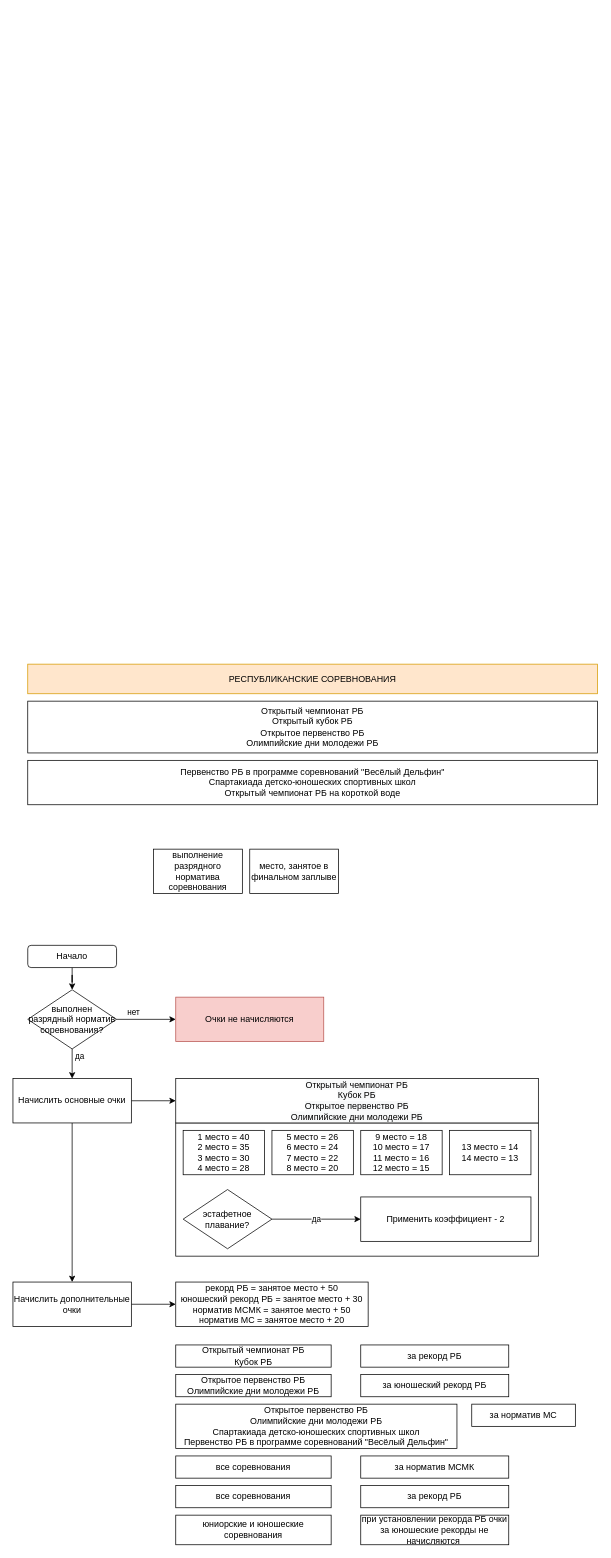
This is page "Республиканские" (1 of 2) of Расчет очков.drawio from Buterbrod/Swimming-open, a draw.io file, before an edit. Source tidied: cells renumbered, new cells numbered last; positions are measured from the earlier drawing's top-left corner, leaving out a move shared by most shapes. Both pictures are drawn from the tidied source at 74%, with x=0, y=0 at pixel (13, 664).
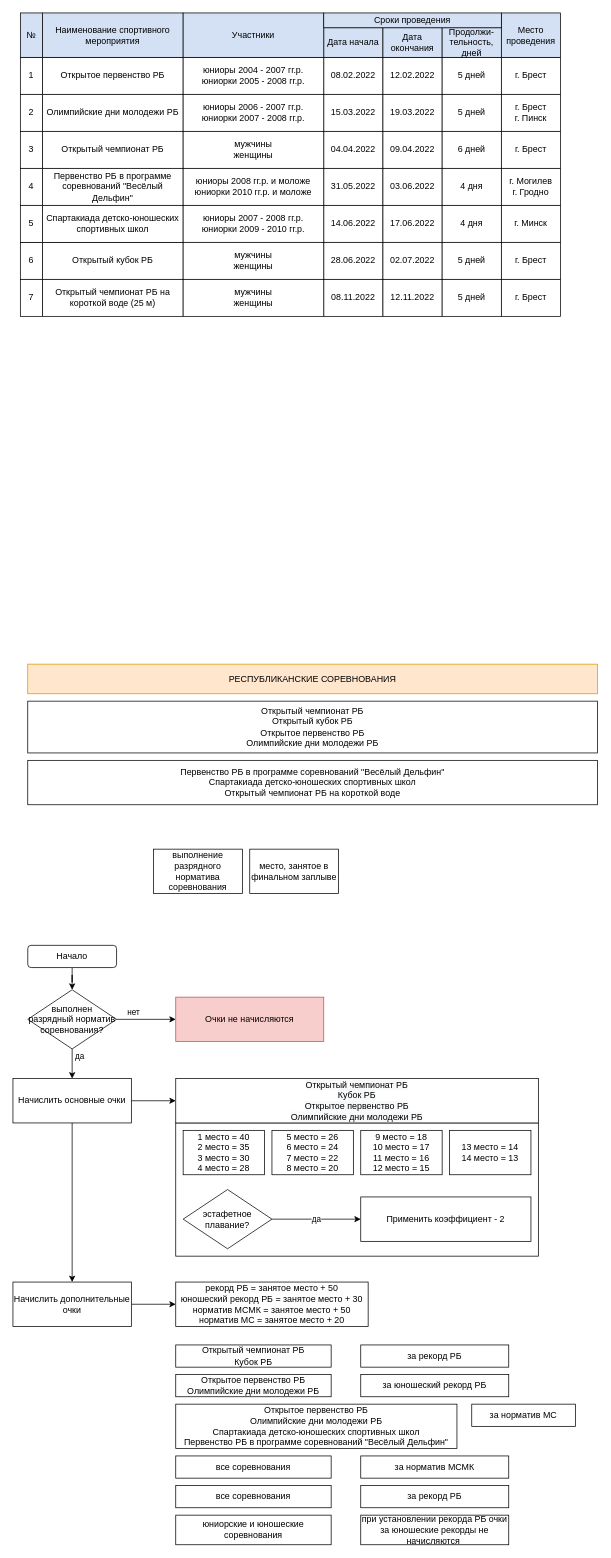
After the change.

The edit, as a diff of the source:
```diff
@@
+    <mxCell id="41" value="Открытое первенство РБ" style="rounded=0;whiteSpace=wrap;html=1;" parent="1" vertex="1">
+      <mxGeometry x="40" y="-820" width="190" height="50" as="geometry" />
+    </mxCell>
+    <mxCell id="42" value="Олимпийские дни молодежи РБ" style="rounded=0;whiteSpace=wrap;html=1;" parent="1" vertex="1">
+      <mxGeometry x="40" y="-770" width="190" height="50" as="geometry" />
+    </mxCell>
+    <mxCell id="43" value="Открытый чемпионат&amp;nbsp;РБ" style="rounded=0;whiteSpace=wrap;html=1;" parent="1" vertex="1">
+      <mxGeometry x="40" y="-720" width="190" height="50" as="geometry" />
+    </mxCell>
+    <mxCell id="44" value="Открытый кубок РБ" style="rounded=0;whiteSpace=wrap;html=1;" parent="1" vertex="1">
+      <mxGeometry x="40" y="-570" width="190" height="50" as="geometry" />
+    </mxCell>
+    <mxCell id="45" value="Первенство РБ в программе соревнований&amp;nbsp;&quot;Весёлый Дельфин&quot;" style="rounded=0;whiteSpace=wrap;html=1;" parent="1" vertex="1">
+      <mxGeometry x="40" y="-670" width="190" height="50" as="geometry" />
+    </mxCell>
+    <mxCell id="46" value="Спартакиада детско-юношеских спортивных школ" style="rounded=0;whiteSpace=wrap;html=1;" parent="1" vertex="1">
+      <mxGeometry x="40" y="-620" width="190" height="50" as="geometry" />
+    </mxCell>
+    <mxCell id="47" value="Открытый чемпионат РБ на короткой воде (25 м)" style="rounded=0;whiteSpace=wrap;html=1;" parent="1" vertex="1">
+      <mxGeometry x="40" y="-520" width="190" height="50" as="geometry" />
+    </mxCell>
+    <mxCell id="48" value="08.02.2022" style="rounded=0;whiteSpace=wrap;html=1;" parent="1" vertex="1">
+      <mxGeometry x="420" y="-820" width="80" height="50" as="geometry" />
+    </mxCell>
+    <mxCell id="49" value="12.02.2022" style="rounded=0;whiteSpace=wrap;html=1;" parent="1" vertex="1">
+      <mxGeometry x="500" y="-820" width="80" height="50" as="geometry" />
+    </mxCell>
+    <mxCell id="50" value="5 дней" style="rounded=0;whiteSpace=wrap;html=1;" parent="1" vertex="1">
+      <mxGeometry x="580" y="-820" width="80" height="50" as="geometry" />
+    </mxCell>
+    <mxCell id="51" value="г. Брест" style="rounded=0;whiteSpace=wrap;html=1;" parent="1" vertex="1">
+      <mxGeometry x="660" y="-820" width="80" height="50" as="geometry" />
+    </mxCell>
+    <mxCell id="52" value="15.03.2022" style="rounded=0;whiteSpace=wrap;html=1;" parent="1" vertex="1">
+      <mxGeometry x="420" y="-770" width="80" height="50" as="geometry" />
+    </mxCell>
+    <mxCell id="53" value="19.03.2022" style="rounded=0;whiteSpace=wrap;html=1;" parent="1" vertex="1">
+      <mxGeometry x="500" y="-770" width="80" height="50" as="geometry" />
+    </mxCell>
+    <mxCell id="54" value="5 дней" style="rounded=0;whiteSpace=wrap;html=1;" parent="1" vertex="1">
+      <mxGeometry x="580" y="-770" width="80" height="50" as="geometry" />
+    </mxCell>
+    <mxCell id="55" value="г. Брест&lt;br&gt;г. Пинск" style="rounded=0;whiteSpace=wrap;html=1;" parent="1" vertex="1">
+      <mxGeometry x="660" y="-770" width="80" height="50" as="geometry" />
+    </mxCell>
+    <mxCell id="56" value="04.04.2022" style="rounded=0;whiteSpace=wrap;html=1;" parent="1" vertex="1">
+      <mxGeometry x="420" y="-720" width="80" height="50" as="geometry" />
+    </mxCell>
+    <mxCell id="57" value="09.04.2022" style="rounded=0;whiteSpace=wrap;html=1;" parent="1" vertex="1">
+      <mxGeometry x="500" y="-720" width="80" height="50" as="geometry" />
+    </mxCell>
+    <mxCell id="58" value="6 дней" style="rounded=0;whiteSpace=wrap;html=1;" parent="1" vertex="1">
+      <mxGeometry x="580" y="-720" width="80" height="50" as="geometry" />
+    </mxCell>
+    <mxCell id="59" value="г. Брест" style="rounded=0;whiteSpace=wrap;html=1;" parent="1" vertex="1">
+      <mxGeometry x="660" y="-720" width="80" height="50" as="geometry" />
+    </mxCell>
+    <mxCell id="60" value="31.05.2022" style="rounded=0;whiteSpace=wrap;html=1;" parent="1" vertex="1">
+      <mxGeometry x="420" y="-670" width="80" height="50" as="geometry" />
+    </mxCell>
+    <mxCell id="61" value="03.06.2022" style="rounded=0;whiteSpace=wrap;html=1;" parent="1" vertex="1">
+      <mxGeometry x="500" y="-670" width="80" height="50" as="geometry" />
+    </mxCell>
+    <mxCell id="62" value="4 дня" style="rounded=0;whiteSpace=wrap;html=1;" parent="1" vertex="1">
+      <mxGeometry x="580" y="-670" width="80" height="50" as="geometry" />
+    </mxCell>
+    <mxCell id="63" value="г. Могилев&lt;br&gt;г. Гродно&lt;br&gt;" style="rounded=0;whiteSpace=wrap;html=1;" parent="1" vertex="1">
+      <mxGeometry x="660" y="-670" width="80" height="50" as="geometry" />
+    </mxCell>
+    <mxCell id="64" value="14.06.2022" style="rounded=0;whiteSpace=wrap;html=1;" parent="1" vertex="1">
+      <mxGeometry x="420" y="-620" width="80" height="50" as="geometry" />
+    </mxCell>
+    <mxCell id="65" value="17.06.2022" style="rounded=0;whiteSpace=wrap;html=1;" parent="1" vertex="1">
+      <mxGeometry x="500" y="-620" width="80" height="50" as="geometry" />
+    </mxCell>
+    <mxCell id="66" value="4 дня" style="rounded=0;whiteSpace=wrap;html=1;" parent="1" vertex="1">
+      <mxGeometry x="580" y="-620" width="80" height="50" as="geometry" />
+    </mxCell>
+    <mxCell id="67" value="г. Минск" style="rounded=0;whiteSpace=wrap;html=1;" parent="1" vertex="1">
+      <mxGeometry x="660" y="-620" width="80" height="50" as="geometry" />
+    </mxCell>
+    <mxCell id="68" value="28.06.2022" style="rounded=0;whiteSpace=wrap;html=1;" parent="1" vertex="1">
+      <mxGeometry x="420" y="-570" width="80" height="50" as="geometry" />
+    </mxCell>
+    <mxCell id="69" value="02.07.2022" style="rounded=0;whiteSpace=wrap;html=1;" parent="1" vertex="1">
+      <mxGeometry x="500" y="-570" width="80" height="50" as="geometry" />
+    </mxCell>
+    <mxCell id="70" value="5 дней" style="rounded=0;whiteSpace=wrap;html=1;" parent="1" vertex="1">
+      <mxGeometry x="580" y="-570" width="80" height="50" as="geometry" />
+    </mxCell>
+    <mxCell id="71" value="г. Брест" style="rounded=0;whiteSpace=wrap;html=1;" parent="1" vertex="1">
+      <mxGeometry x="660" y="-570" width="80" height="50" as="geometry" />
+    </mxCell>
+    <mxCell id="72" value="08.11.2022" style="rounded=0;whiteSpace=wrap;html=1;" parent="1" vertex="1">
+      <mxGeometry x="420" y="-520" width="80" height="50" as="geometry" />
+    </mxCell>
+    <mxCell id="73" value="12.11.2022" style="rounded=0;whiteSpace=wrap;html=1;" parent="1" vertex="1">
+      <mxGeometry x="500" y="-520" width="80" height="50" as="geometry" />
+    </mxCell>
+    <mxCell id="74" value="5 дней" style="rounded=0;whiteSpace=wrap;html=1;" parent="1" vertex="1">
+      <mxGeometry x="580" y="-520" width="80" height="50" as="geometry" />
+    </mxCell>
+    <mxCell id="75" value="г. Брест" style="rounded=0;whiteSpace=wrap;html=1;" parent="1" vertex="1">
+      <mxGeometry x="660" y="-520" width="80" height="50" as="geometry" />
+    </mxCell>
+    <mxCell id="76" value="юниоры 2004 - 2007 гг.р.&lt;br&gt;юниорки 2005 - 2008 гг.р." style="rounded=0;whiteSpace=wrap;html=1;" parent="1" vertex="1">
+      <mxGeometry x="230" y="-820" width="190" height="50" as="geometry" />
+    </mxCell>
+    <mxCell id="77" value="юниоры 2006 - 2007 гг.р.&lt;br&gt;юниорки 2007 - 2008 гг.р." style="rounded=0;whiteSpace=wrap;html=1;" parent="1" vertex="1">
+      <mxGeometry x="230" y="-770" width="190" height="50" as="geometry" />
+    </mxCell>
+    <mxCell id="78" value="мужчины&lt;br&gt;женщины" style="rounded=0;whiteSpace=wrap;html=1;" parent="1" vertex="1">
+      <mxGeometry x="230" y="-720" width="190" height="50" as="geometry" />
+    </mxCell>
+    <mxCell id="79" value="юниоры 2008 гг.р. и моложе&lt;br&gt;юниорки 2010 гг.р. и моложе" style="rounded=0;whiteSpace=wrap;html=1;" parent="1" vertex="1">
+      <mxGeometry x="230" y="-670" width="190" height="50" as="geometry" />
+    </mxCell>
+    <mxCell id="80" value="юниоры 2007 - 2008 гг.р.&lt;br&gt;юниорки 2009 - 2010 гг.р." style="rounded=0;whiteSpace=wrap;html=1;" parent="1" vertex="1">
+      <mxGeometry x="230" y="-620" width="190" height="50" as="geometry" />
+    </mxCell>
+    <mxCell id="81" value="мужчины&lt;br&gt;женщины" style="rounded=0;whiteSpace=wrap;html=1;" parent="1" vertex="1">
+      <mxGeometry x="230" y="-570" width="190" height="50" as="geometry" />
+    </mxCell>
+    <mxCell id="82" value="мужчины&lt;br&gt;женщины" style="rounded=0;whiteSpace=wrap;html=1;" parent="1" vertex="1">
+      <mxGeometry x="230" y="-520" width="190" height="50" as="geometry" />
+    </mxCell>
+    <mxCell id="83" value="Наименование спортивного мероприятия" style="rounded=0;whiteSpace=wrap;html=1;fillColor=#D4E1F5;" parent="1" vertex="1">
+      <mxGeometry x="40" y="-880" width="190" height="60" as="geometry" />
+    </mxCell>
+    <mxCell id="84" value="Дата начала" style="rounded=0;whiteSpace=wrap;html=1;fillColor=#D4E1F5;" parent="1" vertex="1">
+      <mxGeometry x="420" y="-860" width="80" height="40" as="geometry" />
+    </mxCell>
+    <mxCell id="85" value="Дата окончания" style="rounded=0;whiteSpace=wrap;html=1;fillColor=#D4E1F5;" parent="1" vertex="1">
+      <mxGeometry x="500" y="-860" width="80" height="40" as="geometry" />
+    </mxCell>
+    <mxCell id="86" value="Продолжи-тельность,&lt;br&gt;дней" style="rounded=0;whiteSpace=wrap;html=1;fillColor=#D4E1F5;" parent="1" vertex="1">
+      <mxGeometry x="580" y="-860" width="80" height="40" as="geometry" />
+    </mxCell>
+    <mxCell id="87" value="Место проведения" style="rounded=0;whiteSpace=wrap;html=1;fillColor=#D4E1F5;" parent="1" vertex="1">
+      <mxGeometry x="660" y="-880" width="80" height="60" as="geometry" />
+    </mxCell>
+    <mxCell id="88" value="Участники" style="rounded=0;whiteSpace=wrap;html=1;fillColor=#D4E1F5;" parent="1" vertex="1">
+      <mxGeometry x="230" y="-880" width="190" height="60" as="geometry" />
+    </mxCell>
+    <mxCell id="89" value="Сроки проведения" style="rounded=0;whiteSpace=wrap;html=1;fillColor=#D4E1F5;" parent="1" vertex="1">
+      <mxGeometry x="420" y="-880" width="240" height="20" as="geometry" />
+    </mxCell>
+    <mxCell id="90" value="1" style="rounded=0;whiteSpace=wrap;html=1;" parent="1" vertex="1">
+      <mxGeometry x="10" y="-820" width="30" height="50" as="geometry" />
+    </mxCell>
+    <mxCell id="91" value="2" style="rounded=0;whiteSpace=wrap;html=1;" parent="1" vertex="1">
+      <mxGeometry x="10" y="-770" width="30" height="50" as="geometry" />
+    </mxCell>
+    <mxCell id="92" value="3" style="rounded=0;whiteSpace=wrap;html=1;" parent="1" vertex="1">
+      <mxGeometry x="10" y="-720" width="30" height="50" as="geometry" />
+    </mxCell>
+    <mxCell id="93" value="6" style="rounded=0;whiteSpace=wrap;html=1;" parent="1" vertex="1">
+      <mxGeometry x="10" y="-570" width="30" height="50" as="geometry" />
+    </mxCell>
+    <mxCell id="94" value="4" style="rounded=0;whiteSpace=wrap;html=1;" parent="1" vertex="1">
+      <mxGeometry x="10" y="-670" width="30" height="50" as="geometry" />
+    </mxCell>
+    <mxCell id="95" value="5" style="rounded=0;whiteSpace=wrap;html=1;" parent="1" vertex="1">
+      <mxGeometry x="10" y="-620" width="30" height="50" as="geometry" />
+    </mxCell>
+    <mxCell id="96" value="7" style="rounded=0;whiteSpace=wrap;html=1;" parent="1" vertex="1">
+      <mxGeometry x="10" y="-520" width="30" height="50" as="geometry" />
+    </mxCell>
+    <mxCell id="97" value="№" style="rounded=0;whiteSpace=wrap;html=1;fillColor=#D4E1F5;" parent="1" vertex="1">
+      <mxGeometry x="10" y="-880" width="30" height="60" as="geometry" />
+    </mxCell>
```
